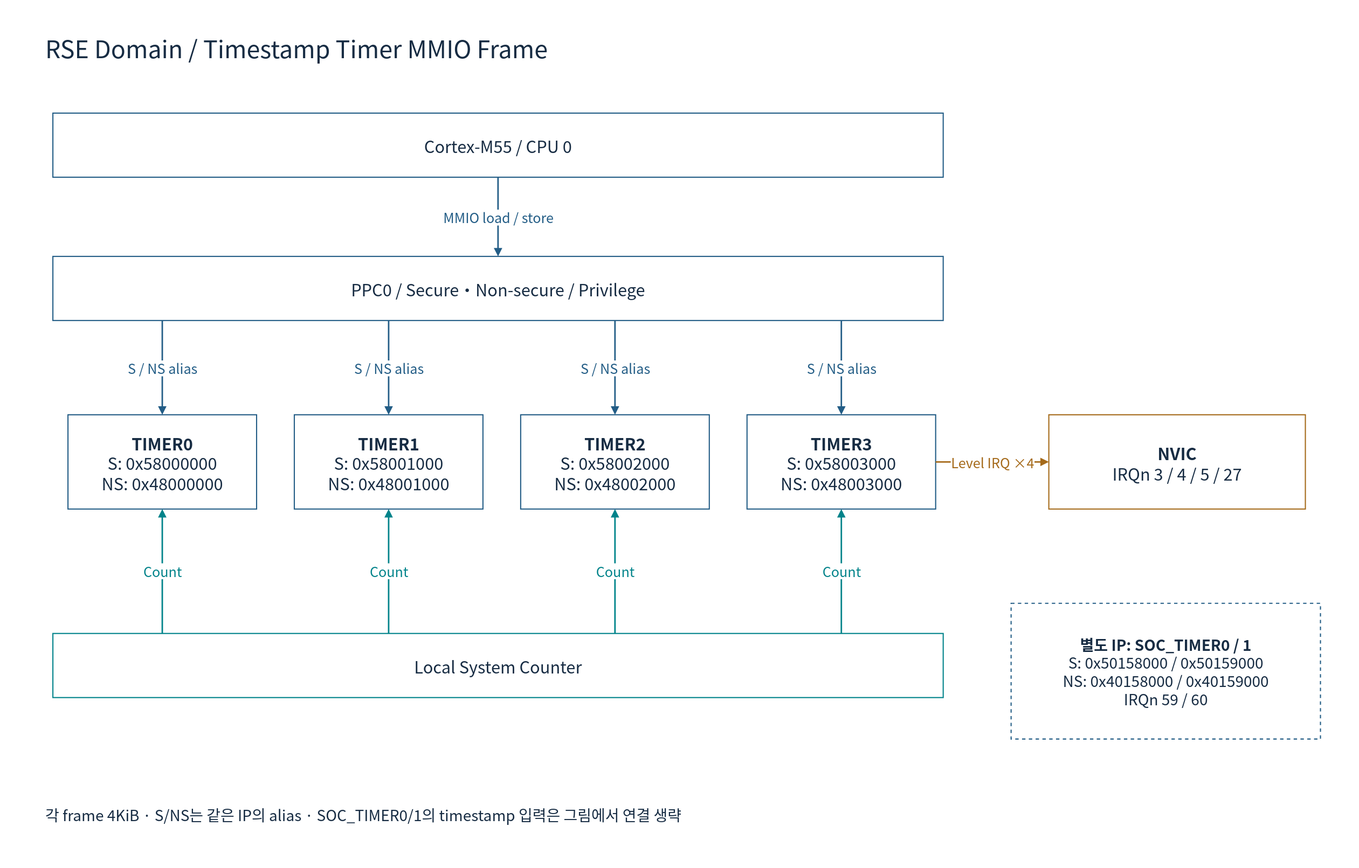
The draw.io diagram doc/phase1/timer/diagrams/01rse-b-mmio.drawio.svg in cometzero/project-apollo, before a commit. Source tidied: cells renumbered, new cells last; positions are measured from the earlier drawing's top-left corner, leaving out a move shared by most shapes.
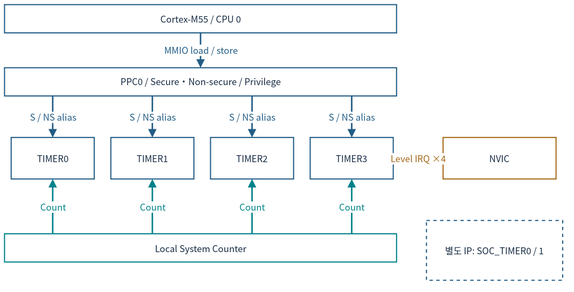
Later version of the same file.

The edit, as a diff of the source:
```diff
@@ -2,71 +2,62 @@
   <root>
     <mxCell id="0" />
     <mxCell id="1" parent="0" />
-    <mxCell id="2" style="rounded=0;whiteSpace=wrap;html=1;fillColor=#FFFFFF;strokeColor=none;strokeWidth=1.5;fontColor=#172C43;fontFamily=Noto Sans CJK KR;fontSize=22;spacing=10;" parent="1" vertex="1">
-      <mxGeometry width="1800" height="1150" as="geometry" />
-    </mxCell>
-    <mxCell id="3" value="RSE Domain / Timestamp Timer MMIO Frame" style="rounded=0;whiteSpace=wrap;html=1;fillColor=#FFFFFF;strokeColor=none;strokeWidth=1.5;fontColor=#172C43;fontFamily=Noto Sans CJK KR;fontSize=22;spacing=10;fontSize=32;align=left;" parent="1" vertex="1">
-      <mxGeometry x="50" y="30" width="1700" height="65" as="geometry" />
-    </mxCell>
-    <mxCell id="4" value="Cortex-M55 / CPU 0" style="rounded=0;whiteSpace=wrap;html=1;fillColor=#FFFFFF;strokeColor=#235D86;strokeWidth=1.5;fontColor=#172C43;fontFamily=Noto Sans CJK KR;fontSize=22;spacing=10;" parent="1" vertex="1">
-      <mxGeometry x="70" y="150" width="1180" height="85" as="geometry" />
+    <mxCell id="4" value="Cortex-M55 / CPU 0" style="rounded=0;whiteSpace=wrap;html=1;fillColor=#FFFFFF;strokeColor=#235D86;strokeWidth=1.5;fontColor=#172C43;fontFamily=Noto Sans CJK KR;fontSize=12;spacing=3;whiteSpace=wrap;" parent="1" vertex="1">
+      <mxGeometry x="12" y="12" width="519.8" height="37.4" as="geometry" />
     </mxCell>
-    <mxCell id="5" value="PPC0 / Secure・Non-secure / Privilege" style="rounded=0;whiteSpace=wrap;html=1;fillColor=#FFFFFF;strokeColor=#235D86;strokeWidth=1.5;fontColor=#172C43;fontFamily=Noto Sans CJK KR;fontSize=22;spacing=10;" parent="1" vertex="1">
-      <mxGeometry x="70" y="340" width="1180" height="85" as="geometry" />
+    <mxCell id="5" value="PPC0 / Secure・Non-secure / Privilege" style="rounded=0;whiteSpace=wrap;html=1;fillColor=#FFFFFF;strokeColor=#235D86;strokeWidth=1.5;fontColor=#172C43;fontFamily=Noto Sans CJK KR;fontSize=12;spacing=3;whiteSpace=wrap;" parent="1" vertex="1">
+      <mxGeometry x="12" y="95.7" width="519.8" height="37.4" as="geometry" />
     </mxCell>
-    <mxCell id="6" value="MMIO load / store" style="edgeStyle=orthogonalEdgeStyle;rounded=0;html=1;endArrow=block;endFill=1;strokeWidth=2;strokeColor=#235D86;fontColor=#235D86;fontFamily=Noto Sans CJK KR;fontSize=18;labelBackgroundColor=#FFFFFF;exitX=0.5;exitY=1;entryX=0.5;entryY=0;" parent="1" edge="1" source="4" target="5">
+    <mxCell id="6" value="MMIO load / store" style="edgeStyle=orthogonalEdgeStyle;rounded=0;html=1;endArrow=block;endFill=1;strokeWidth=2;strokeColor=#235D86;fontColor=#235D86;fontFamily=Noto Sans CJK KR;labelBackgroundColor=#FFFFFF;exitX=0.5;exitY=1;entryX=0.5;entryY=0;fontSize=12;spacing=3;whiteSpace=nowrap;" parent="1" edge="1" source="4" target="5">
       <mxGeometry relative="1" as="geometry" />
     </mxCell>
-    <mxCell id="7" value="&lt;b&gt;TIMER0&lt;/b&gt;&lt;br&gt;S: 0x58000000&lt;br&gt;NS: 0x48000000" style="rounded=0;whiteSpace=wrap;html=1;fillColor=#FFFFFF;strokeColor=#235D86;strokeWidth=1.5;fontColor=#172C43;fontFamily=Noto Sans CJK KR;fontSize=22;spacing=10;" parent="1" vertex="1">
-      <mxGeometry x="90" y="550" width="250" height="125" as="geometry" />
+    <mxCell id="7" value="TIMER0" style="rounded=0;whiteSpace=wrap;html=1;fillColor=#FFFFFF;strokeColor=#235D86;strokeWidth=1.5;fontColor=#172C43;fontFamily=Noto Sans CJK KR;fontSize=12;spacing=3;whiteSpace=wrap;" parent="1" vertex="1">
+      <mxGeometry x="20.8" y="188.2" width="110.1" height="55.1" as="geometry" />
     </mxCell>
-    <mxCell id="8" value="S / NS alias" style="edgeStyle=orthogonalEdgeStyle;rounded=0;html=1;endArrow=block;endFill=1;strokeWidth=2;strokeColor=#235D86;fontColor=#235D86;fontFamily=Noto Sans CJK KR;fontSize=18;labelBackgroundColor=#FFFFFF;exitX=0.1228813559322034;exitY=1;entryX=0.5;entryY=0;" parent="1" edge="1" source="5" target="7">
+    <mxCell id="8" value="S / NS alias" style="edgeStyle=orthogonalEdgeStyle;rounded=0;html=1;endArrow=block;endFill=1;strokeWidth=2;strokeColor=#235D86;fontColor=#235D86;fontFamily=Noto Sans CJK KR;labelBackgroundColor=#FFFFFF;exitX=0.1228813559322034;exitY=1;entryX=0.5;entryY=0;fontSize=12;spacing=3;whiteSpace=nowrap;" parent="1" edge="1" source="5" target="7">
       <mxGeometry relative="1" as="geometry" />
     </mxCell>
-    <mxCell id="9" value="&lt;b&gt;TIMER1&lt;/b&gt;&lt;br&gt;S: 0x58001000&lt;br&gt;NS: 0x48001000" style="rounded=0;whiteSpace=wrap;html=1;fillColor=#FFFFFF;strokeColor=#235D86;strokeWidth=1.5;fontColor=#172C43;fontFamily=Noto Sans CJK KR;fontSize=22;spacing=10;" parent="1" vertex="1">
-      <mxGeometry x="390" y="550" width="250" height="125" as="geometry" />
+    <mxCell id="9" value="TIMER1" style="rounded=0;whiteSpace=wrap;html=1;fillColor=#FFFFFF;strokeColor=#235D86;strokeWidth=1.5;fontColor=#172C43;fontFamily=Noto Sans CJK KR;fontSize=12;spacing=3;whiteSpace=wrap;" parent="1" vertex="1">
+      <mxGeometry x="152.9" y="188.2" width="110.1" height="55.1" as="geometry" />
     </mxCell>
-    <mxCell id="10" value="S / NS alias" style="edgeStyle=orthogonalEdgeStyle;rounded=0;html=1;endArrow=block;endFill=1;strokeWidth=2;strokeColor=#235D86;fontColor=#235D86;fontFamily=Noto Sans CJK KR;fontSize=18;labelBackgroundColor=#FFFFFF;exitX=0.3771186440677966;exitY=1;entryX=0.5;entryY=0;" parent="1" edge="1" source="5" target="9">
+    <mxCell id="10" value="S / NS alias" style="edgeStyle=orthogonalEdgeStyle;rounded=0;html=1;endArrow=block;endFill=1;strokeWidth=2;strokeColor=#235D86;fontColor=#235D86;fontFamily=Noto Sans CJK KR;labelBackgroundColor=#FFFFFF;exitX=0.3771186440677966;exitY=1;entryX=0.5;entryY=0;fontSize=12;spacing=3;whiteSpace=nowrap;" parent="1" edge="1" source="5" target="9">
       <mxGeometry relative="1" as="geometry" />
     </mxCell>
-    <mxCell id="11" value="&lt;b&gt;TIMER2&lt;/b&gt;&lt;br&gt;S: 0x58002000&lt;br&gt;NS: 0x48002000" style="rounded=0;whiteSpace=wrap;html=1;fillColor=#FFFFFF;strokeColor=#235D86;strokeWidth=1.5;fontColor=#172C43;fontFamily=Noto Sans CJK KR;fontSize=22;spacing=10;" parent="1" vertex="1">
-      <mxGeometry x="690" y="550" width="250" height="125" as="geometry" />
+    <mxCell id="11" value="TIMER2" style="rounded=0;whiteSpace=wrap;html=1;fillColor=#FFFFFF;strokeColor=#235D86;strokeWidth=1.5;fontColor=#172C43;fontFamily=Noto Sans CJK KR;fontSize=12;spacing=3;whiteSpace=wrap;" parent="1" vertex="1">
+      <mxGeometry x="285.1" y="188.2" width="110.1" height="55.1" as="geometry" />
     </mxCell>
-    <mxCell id="12" value="S / NS alias" style="edgeStyle=orthogonalEdgeStyle;rounded=0;html=1;endArrow=block;endFill=1;strokeWidth=2;strokeColor=#235D86;fontColor=#235D86;fontFamily=Noto Sans CJK KR;fontSize=18;labelBackgroundColor=#FFFFFF;exitX=0.6313559322033898;exitY=1;entryX=0.5;entryY=0;" parent="1" edge="1" source="5" target="11">
+    <mxCell id="12" value="S / NS alias" style="edgeStyle=orthogonalEdgeStyle;rounded=0;html=1;endArrow=block;endFill=1;strokeWidth=2;strokeColor=#235D86;fontColor=#235D86;fontFamily=Noto Sans CJK KR;labelBackgroundColor=#FFFFFF;exitX=0.6313559322033898;exitY=1;entryX=0.5;entryY=0;fontSize=12;spacing=3;whiteSpace=nowrap;" parent="1" edge="1" source="5" target="11">
       <mxGeometry relative="1" as="geometry" />
     </mxCell>
-    <mxCell id="13" value="&lt;b&gt;TIMER3&lt;/b&gt;&lt;br&gt;S: 0x58003000&lt;br&gt;NS: 0x48003000" style="rounded=0;whiteSpace=wrap;html=1;fillColor=#FFFFFF;strokeColor=#235D86;strokeWidth=1.5;fontColor=#172C43;fontFamily=Noto Sans CJK KR;fontSize=22;spacing=10;" parent="1" vertex="1">
-      <mxGeometry x="990" y="550" width="250" height="125" as="geometry" />
+    <mxCell id="13" value="TIMER3" style="rounded=0;whiteSpace=wrap;html=1;fillColor=#FFFFFF;strokeColor=#235D86;strokeWidth=1.5;fontColor=#172C43;fontFamily=Noto Sans CJK KR;fontSize=12;spacing=3;whiteSpace=wrap;" parent="1" vertex="1">
+      <mxGeometry x="417.2" y="188.2" width="110.1" height="55.1" as="geometry" />
     </mxCell>
-    <mxCell id="14" value="S / NS alias" style="edgeStyle=orthogonalEdgeStyle;rounded=0;html=1;endArrow=block;endFill=1;strokeWidth=2;strokeColor=#235D86;fontColor=#235D86;fontFamily=Noto Sans CJK KR;fontSize=18;labelBackgroundColor=#FFFFFF;exitX=0.885593220338983;exitY=1;entryX=0.5;entryY=0;" parent="1" edge="1" source="5" target="13">
+    <mxCell id="14" value="S / NS alias" style="edgeStyle=orthogonalEdgeStyle;rounded=0;html=1;endArrow=block;endFill=1;strokeWidth=2;strokeColor=#235D86;fontColor=#235D86;fontFamily=Noto Sans CJK KR;labelBackgroundColor=#FFFFFF;exitX=0.885593220338983;exitY=1;entryX=0.5;entryY=0;fontSize=12;spacing=3;whiteSpace=nowrap;" parent="1" edge="1" source="5" target="13">
       <mxGeometry relative="1" as="geometry" />
     </mxCell>
-    <mxCell id="15" value="Local System Counter" style="rounded=0;whiteSpace=wrap;html=1;fillColor=#FFFFFF;strokeColor=#00838A;strokeWidth=1.5;fontColor=#172C43;fontFamily=Noto Sans CJK KR;fontSize=22;spacing=10;" parent="1" vertex="1">
-      <mxGeometry x="70" y="840" width="1180" height="85" as="geometry" />
+    <mxCell id="15" value="Local System Counter" style="rounded=0;whiteSpace=wrap;html=1;fillColor=#FFFFFF;strokeColor=#00838A;strokeWidth=1.5;fontColor=#172C43;fontFamily=Noto Sans CJK KR;fontSize=12;spacing=3;whiteSpace=wrap;" parent="1" vertex="1">
+      <mxGeometry x="12" y="315.9" width="519.8" height="37.4" as="geometry" />
     </mxCell>
-    <mxCell id="16" value="Count" style="edgeStyle=orthogonalEdgeStyle;rounded=0;html=1;endArrow=block;endFill=1;strokeWidth=2;strokeColor=#00838A;fontColor=#00838A;fontFamily=Noto Sans CJK KR;fontSize=18;labelBackgroundColor=#FFFFFF;exitX=0.1228813559322034;exitY=0;entryX=0.5;entryY=1;" parent="1" edge="1" source="15" target="7">
+    <mxCell id="16" value="Count" style="edgeStyle=orthogonalEdgeStyle;rounded=0;html=1;endArrow=block;endFill=1;strokeWidth=2;strokeColor=#00838A;fontColor=#00838A;fontFamily=Noto Sans CJK KR;labelBackgroundColor=#FFFFFF;exitX=0.1228813559322034;exitY=0;entryX=0.5;entryY=1;fontSize=12;spacing=3;whiteSpace=nowrap;" parent="1" edge="1" source="15" target="7">
       <mxGeometry relative="1" as="geometry" />
     </mxCell>
-    <mxCell id="17" value="Count" style="edgeStyle=orthogonalEdgeStyle;rounded=0;html=1;endArrow=block;endFill=1;strokeWidth=2;strokeColor=#00838A;fontColor=#00838A;fontFamily=Noto Sans CJK KR;fontSize=18;labelBackgroundColor=#FFFFFF;exitX=0.3771186440677966;exitY=0;entryX=0.5;entryY=1;" parent="1" edge="1" source="15" target="9">
+    <mxCell id="17" value="Count" style="edgeStyle=orthogonalEdgeStyle;rounded=0;html=1;endArrow=block;endFill=1;strokeWidth=2;strokeColor=#00838A;fontColor=#00838A;fontFamily=Noto Sans CJK KR;labelBackgroundColor=#FFFFFF;exitX=0.3771186440677966;exitY=0;entryX=0.5;entryY=1;fontSize=12;spacing=3;whiteSpace=nowrap;" parent="1" edge="1" source="15" target="9">
       <mxGeometry relative="1" as="geometry" />
     </mxCell>
-    <mxCell id="18" value="Count" style="edgeStyle=orthogonalEdgeStyle;rounded=0;html=1;endArrow=block;endFill=1;strokeWidth=2;strokeColor=#00838A;fontColor=#00838A;fontFamily=Noto Sans CJK KR;fontSize=18;labelBackgroundColor=#FFFFFF;exitX=0.6313559322033898;exitY=0;entryX=0.5;entryY=1;" parent="1" edge="1" source="15" target="11">
+    <mxCell id="18" value="Count" style="edgeStyle=orthogonalEdgeStyle;rounded=0;html=1;endArrow=block;endFill=1;strokeWidth=2;strokeColor=#00838A;fontColor=#00838A;fontFamily=Noto Sans CJK KR;labelBackgroundColor=#FFFFFF;exitX=0.6313559322033898;exitY=0;entryX=0.5;entryY=1;fontSize=12;spacing=3;whiteSpace=nowrap;" parent="1" edge="1" source="15" target="11">
       <mxGeometry relative="1" as="geometry" />
     </mxCell>
-    <mxCell id="19" value="Count" style="edgeStyle=orthogonalEdgeStyle;rounded=0;html=1;endArrow=block;endFill=1;strokeWidth=2;strokeColor=#00838A;fontColor=#00838A;fontFamily=Noto Sans CJK KR;fontSize=18;labelBackgroundColor=#FFFFFF;exitX=0.885593220338983;exitY=0;entryX=0.5;entryY=1;" parent="1" edge="1" source="15" target="13">
+    <mxCell id="19" value="Count" style="edgeStyle=orthogonalEdgeStyle;rounded=0;html=1;endArrow=block;endFill=1;strokeWidth=2;strokeColor=#00838A;fontColor=#00838A;fontFamily=Noto Sans CJK KR;labelBackgroundColor=#FFFFFF;exitX=0.885593220338983;exitY=0;entryX=0.5;entryY=1;fontSize=12;spacing=3;whiteSpace=nowrap;" parent="1" edge="1" source="15" target="13">
       <mxGeometry relative="1" as="geometry" />
     </mxCell>
-    <mxCell id="20" value="&lt;b&gt;NVIC&lt;/b&gt;&lt;br&gt;IRQn 3 / 4 / 5 / 27" style="rounded=0;whiteSpace=wrap;html=1;fillColor=#FFFFFF;strokeColor=#A56A1A;strokeWidth=1.5;fontColor=#172C43;fontFamily=Noto Sans CJK KR;fontSize=22;spacing=10;" parent="1" vertex="1">
-      <mxGeometry x="1390" y="550" width="340" height="125" as="geometry" />
+    <mxCell id="20" value="NVIC" style="rounded=0;whiteSpace=wrap;html=1;fillColor=#FFFFFF;strokeColor=#A56A1A;strokeWidth=1.5;fontColor=#172C43;fontFamily=Noto Sans CJK KR;fontSize=12;spacing=3;whiteSpace=wrap;" parent="1" vertex="1">
+      <mxGeometry x="593.4" y="188.2" width="149.8" height="55.1" as="geometry" />
     </mxCell>
-    <mxCell id="21" value="Level IRQ ×4" style="edgeStyle=orthogonalEdgeStyle;rounded=0;html=1;endArrow=block;endFill=1;strokeWidth=2;strokeColor=#A56A1A;fontColor=#A56A1A;fontFamily=Noto Sans CJK KR;fontSize=18;labelBackgroundColor=#FFFFFF;exitX=1;exitY=0.5;entryX=0;entryY=0.5;" parent="1" edge="1" source="13" target="20">
+    <mxCell id="21" value="Level IRQ ×4" style="edgeStyle=orthogonalEdgeStyle;rounded=0;html=1;endArrow=block;endFill=1;strokeWidth=2;strokeColor=#A56A1A;fontColor=#A56A1A;fontFamily=Noto Sans CJK KR;labelBackgroundColor=#FFFFFF;exitX=1;exitY=0.5;entryX=0;entryY=0.5;fontSize=12;spacing=3;whiteSpace=nowrap;" parent="1" edge="1" source="13" target="20">
       <mxGeometry relative="1" as="geometry" />
     </mxCell>
-    <mxCell id="22" value="&lt;b&gt;별도 IP: SOC_TIMER0 / 1&lt;/b&gt;&lt;br&gt;S: 0x50158000 / 0x50159000&lt;br&gt;NS: 0x40158000 / 0x40159000&lt;br&gt;IRQn 59 / 60" style="rounded=0;whiteSpace=wrap;html=1;fillColor=#FFFFFF;strokeColor=#235D86;strokeWidth=1.5;fontColor=#172C43;fontFamily=Noto Sans CJK KR;fontSize=22;spacing=10;dashed=1;fontSize=20;" parent="1" vertex="1">
-      <mxGeometry x="1340" y="800" width="410" height="180" as="geometry" />
+    <mxCell id="22" value="별도 IP: SOC_TIMER0 / 1" style="rounded=0;whiteSpace=wrap;html=1;fillColor=#FFFFFF;strokeColor=#235D86;strokeWidth=1.5;fontColor=#172C43;fontFamily=Noto Sans CJK KR;dashed=1;fontSize=12;spacing=3;whiteSpace=wrap;" parent="1" vertex="1">
+      <mxGeometry x="571.4" y="298.3" width="180.6" height="79.3" as="geometry" />
     </mxCell>
-    <mxCell id="23" value="각 frame 4KiB · S/NS는 같은 IP의 alias · SOC_TIMER0/1의 timestamp 입력은 그림에서 연결 생략" style="rounded=0;whiteSpace=wrap;html=1;fillColor=#FFFFFF;strokeColor=none;strokeWidth=1.5;fontColor=#172C43;fontFamily=Noto Sans CJK KR;fontSize=22;spacing=10;fontSize=20;align=left;" parent="1" vertex="1">
-      <mxGeometry x="50" y="1050" width="1700" height="60" as="geometry" />
-    </mxCell>
   </root>
 </mxGraphModel>
```
